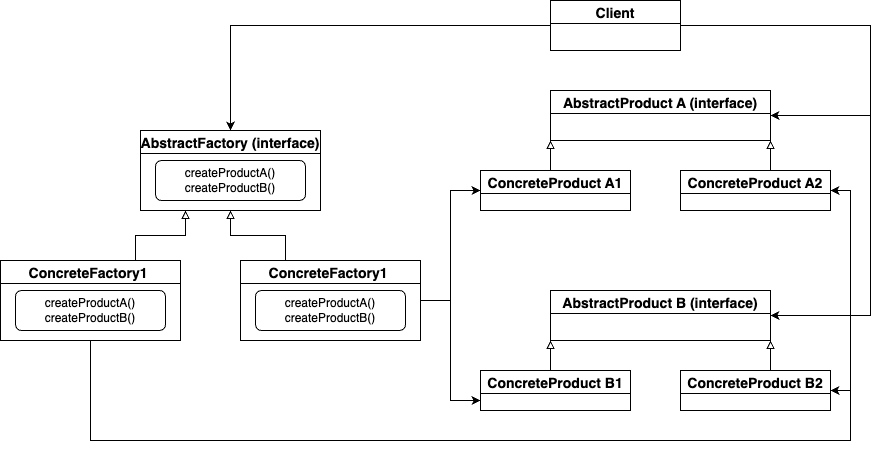
Earlier version of the draw.io export Design Patterns/Assets/abstract_factory.drawio.png (sidhant293/Essential-Algorithms). Source tidied: cells renumbered, new cells last; positions are measured from the earlier drawing's top-left corner, leaving out a move shared by most shapes. Source of this version:
```xml
<mxGraphModel>
  <root>
    <mxCell id="0" />
    <mxCell id="1" parent="0" />
    <mxCell id="2" value="AbstractFactory (interface)" style="swimlane;fontSize=14;" parent="1" vertex="1">
      <mxGeometry x="140" y="130" width="180" height="80" as="geometry" />
    </mxCell>
    <mxCell id="3" value="createProductA()&lt;br&gt;createProductB()" style="rounded=1;whiteSpace=wrap;html=1;" parent="2" vertex="1">
      <mxGeometry x="15" y="30" width="150" height="40" as="geometry" />
    </mxCell>
    <mxCell id="4" style="edgeStyle=orthogonalEdgeStyle;rounded=0;jettySize=auto;html=1;exitX=0.75;exitY=0;exitDx=0;exitDy=0;entryX=0.25;entryY=1;entryDx=0;entryDy=0;endArrow=block;endFill=0;" parent="1" edge="1" source="7" target="2">
      <mxGeometry relative="1" as="geometry" />
    </mxCell>
    <mxCell id="5" style="edgeStyle=orthogonalEdgeStyle;rounded=0;jettySize=auto;html=1;exitX=0.5;exitY=1;exitDx=0;exitDy=0;entryX=1;entryY=0.5;entryDx=0;entryDy=0;endArrow=classic;endFill=1;" parent="1" edge="1" source="7" target="23">
      <mxGeometry relative="1" as="geometry">
        <Array as="points">
          <mxPoint x="90" y="440" />
          <mxPoint x="850" y="440" />
          <mxPoint x="850" y="390" />
        </Array>
      </mxGeometry>
    </mxCell>
    <mxCell id="6" style="edgeStyle=orthogonalEdgeStyle;rounded=0;jettySize=auto;html=1;exitX=0.5;exitY=1;exitDx=0;exitDy=0;entryX=1;entryY=0.5;entryDx=0;entryDy=0;endArrow=classic;endFill=1;" parent="1" edge="1" source="7" target="19">
      <mxGeometry relative="1" as="geometry">
        <Array as="points">
          <mxPoint x="90" y="440" />
          <mxPoint x="850" y="440" />
          <mxPoint x="850" y="190" />
        </Array>
      </mxGeometry>
    </mxCell>
    <mxCell id="7" value="ConcreteFactory1 " style="swimlane;fontSize=14;" parent="1" vertex="1">
      <mxGeometry y="260" width="180" height="80" as="geometry" />
    </mxCell>
    <mxCell id="8" value="createProductA()&lt;br&gt;createProductB()" style="rounded=1;whiteSpace=wrap;html=1;" parent="7" vertex="1">
      <mxGeometry x="15" y="30" width="150" height="40" as="geometry" />
    </mxCell>
    <mxCell id="9" style="edgeStyle=orthogonalEdgeStyle;rounded=0;jettySize=auto;html=1;exitX=0.25;exitY=0;exitDx=0;exitDy=0;entryX=0.5;entryY=1;entryDx=0;entryDy=0;endArrow=block;endFill=0;" parent="1" edge="1" source="12" target="2">
      <mxGeometry relative="1" as="geometry" />
    </mxCell>
    <mxCell id="10" style="edgeStyle=orthogonalEdgeStyle;rounded=0;jettySize=auto;html=1;exitX=1;exitY=0.5;exitDx=0;exitDy=0;entryX=0;entryY=0.5;entryDx=0;entryDy=0;endArrow=classic;endFill=1;" parent="1" edge="1" source="12" target="17">
      <mxGeometry relative="1" as="geometry" />
    </mxCell>
    <mxCell id="11" style="edgeStyle=orthogonalEdgeStyle;rounded=0;jettySize=auto;html=1;exitX=1;exitY=0.5;exitDx=0;exitDy=0;entryX=0;entryY=0.75;entryDx=0;entryDy=0;endArrow=classic;endFill=1;" parent="1" edge="1" source="12" target="21">
      <mxGeometry relative="1" as="geometry" />
    </mxCell>
    <mxCell id="12" value="ConcreteFactory1 " style="swimlane;fontSize=14;" parent="1" vertex="1">
      <mxGeometry x="240" y="260" width="180" height="80" as="geometry" />
    </mxCell>
    <mxCell id="13" value="createProductA()&lt;br&gt;createProductB()" style="rounded=1;whiteSpace=wrap;html=1;" parent="12" vertex="1">
      <mxGeometry x="15" y="30" width="150" height="40" as="geometry" />
    </mxCell>
    <mxCell id="14" value="AbstractProduct A (interface)" style="swimlane;fontSize=14;" parent="1" vertex="1">
      <mxGeometry x="550" y="90" width="220" height="50" as="geometry" />
    </mxCell>
    <mxCell id="15" value="AbstractProduct B (interface)" style="swimlane;fontSize=14;" parent="1" vertex="1">
      <mxGeometry x="550" y="290" width="220" height="50" as="geometry" />
    </mxCell>
    <mxCell id="16" style="edgeStyle=orthogonalEdgeStyle;rounded=0;jettySize=auto;html=1;exitX=0.5;exitY=0;exitDx=0;exitDy=0;entryX=0;entryY=1;entryDx=0;entryDy=0;endArrow=block;endFill=0;" parent="1" edge="1" source="17" target="14">
      <mxGeometry relative="1" as="geometry" />
    </mxCell>
    <mxCell id="17" value="ConcreteProduct A1" style="swimlane;fontSize=14;" parent="1" vertex="1">
      <mxGeometry x="480" y="170" width="150" height="40" as="geometry" />
    </mxCell>
    <mxCell id="18" style="edgeStyle=orthogonalEdgeStyle;rounded=0;jettySize=auto;html=1;exitX=0.5;exitY=0;exitDx=0;exitDy=0;entryX=1;entryY=1;entryDx=0;entryDy=0;endArrow=block;endFill=0;" parent="1" edge="1" source="19" target="14">
      <mxGeometry relative="1" as="geometry" />
    </mxCell>
    <mxCell id="19" value="ConcreteProduct A2" style="swimlane;fontSize=14;" parent="1" vertex="1">
      <mxGeometry x="680" y="170" width="150" height="40" as="geometry" />
    </mxCell>
    <mxCell id="20" style="edgeStyle=orthogonalEdgeStyle;rounded=0;jettySize=auto;html=1;exitX=0.5;exitY=0;exitDx=0;exitDy=0;entryX=0;entryY=1;entryDx=0;entryDy=0;endArrow=block;endFill=0;" parent="1" edge="1" source="21" target="15">
      <mxGeometry relative="1" as="geometry" />
    </mxCell>
    <mxCell id="21" value="ConcreteProduct B1" style="swimlane;fontSize=14;" parent="1" vertex="1">
      <mxGeometry x="480" y="370" width="150" height="40" as="geometry" />
    </mxCell>
    <mxCell id="22" style="edgeStyle=orthogonalEdgeStyle;rounded=0;jettySize=auto;html=1;exitX=0.5;exitY=0;exitDx=0;exitDy=0;entryX=1;entryY=1;entryDx=0;entryDy=0;endArrow=block;endFill=0;" parent="1" edge="1" source="23" target="15">
      <mxGeometry relative="1" as="geometry" />
    </mxCell>
    <mxCell id="23" value="ConcreteProduct B2" style="swimlane;fontSize=14;" parent="1" vertex="1">
      <mxGeometry x="680" y="370" width="150" height="40" as="geometry" />
    </mxCell>
    <mxCell id="24" style="edgeStyle=orthogonalEdgeStyle;rounded=0;jettySize=auto;html=1;exitX=0;exitY=0.5;exitDx=0;exitDy=0;entryX=0.5;entryY=0;entryDx=0;entryDy=0;endArrow=classic;endFill=1;" parent="1" edge="1" source="27" target="2">
      <mxGeometry relative="1" as="geometry" />
    </mxCell>
    <mxCell id="25" style="edgeStyle=orthogonalEdgeStyle;rounded=0;jettySize=auto;html=1;exitX=1;exitY=0.5;exitDx=0;exitDy=0;entryX=1;entryY=0.5;entryDx=0;entryDy=0;endArrow=classic;endFill=1;" parent="1" edge="1" source="27" target="14">
      <mxGeometry relative="1" as="geometry">
        <Array as="points">
          <mxPoint x="870" y="25" />
          <mxPoint x="870" y="115" />
        </Array>
      </mxGeometry>
    </mxCell>
    <mxCell id="26" style="edgeStyle=orthogonalEdgeStyle;rounded=0;jettySize=auto;html=1;exitX=1;exitY=0.5;exitDx=0;exitDy=0;entryX=1;entryY=0.5;entryDx=0;entryDy=0;endArrow=classic;endFill=1;" parent="1" edge="1" source="27" target="15">
      <mxGeometry relative="1" as="geometry">
        <Array as="points">
          <mxPoint x="870" y="25" />
          <mxPoint x="870" y="315" />
        </Array>
      </mxGeometry>
    </mxCell>
    <mxCell id="27" value="Client" style="swimlane;fontSize=14;" parent="1" vertex="1">
      <mxGeometry x="550" width="130" height="50" as="geometry" />
    </mxCell>
  </root>
</mxGraphModel>
```
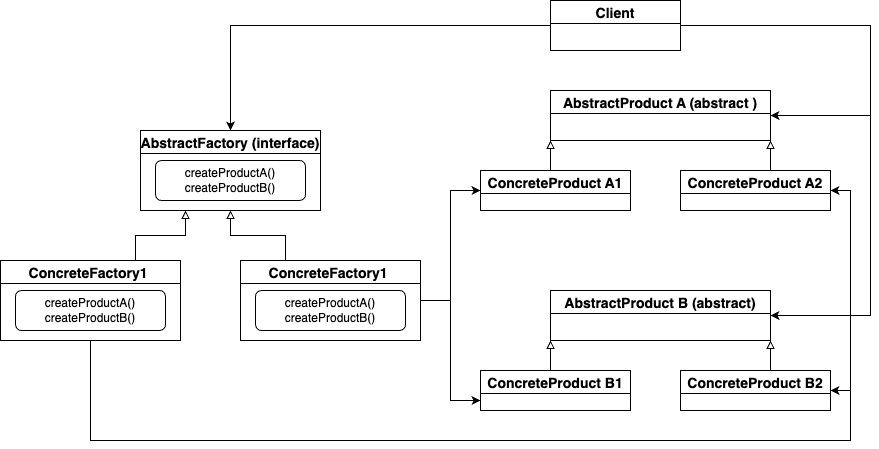
Above is the later version.

The edit, as a diff of the source:
```diff
@@ -50,10 +50,10 @@
     <mxCell id="13" value="createProductA()&lt;br&gt;createProductB()" style="rounded=1;whiteSpace=wrap;html=1;" parent="12" vertex="1">
       <mxGeometry x="15" y="30" width="150" height="40" as="geometry" />
     </mxCell>
-    <mxCell id="14" value="AbstractProduct A (interface)" style="swimlane;fontSize=14;" parent="1" vertex="1">
+    <mxCell id="14" value="AbstractProduct A (abstract )" style="swimlane;fontSize=14;" parent="1" vertex="1">
       <mxGeometry x="550" y="90" width="220" height="50" as="geometry" />
     </mxCell>
-    <mxCell id="15" value="AbstractProduct B (interface)" style="swimlane;fontSize=14;" parent="1" vertex="1">
+    <mxCell id="15" value="AbstractProduct B (abstract)" style="swimlane;fontSize=14;" parent="1" vertex="1">
       <mxGeometry x="550" y="290" width="220" height="50" as="geometry" />
     </mxCell>
     <mxCell id="16" style="edgeStyle=orthogonalEdgeStyle;rounded=0;jettySize=auto;html=1;exitX=0.5;exitY=0;exitDx=0;exitDy=0;entryX=0;entryY=1;entryDx=0;entryDy=0;endArrow=block;endFill=0;" parent="1" edge="1" source="17" target="14">
```
